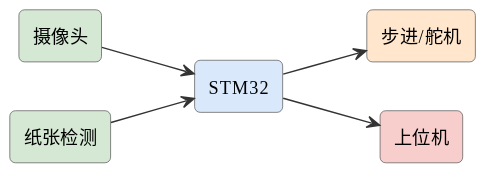
This is assets/diagrams/ideas-fig112.svg from mingyi0818/IntelligentMcuCourse, a PlantUML export, as it was before one commit.
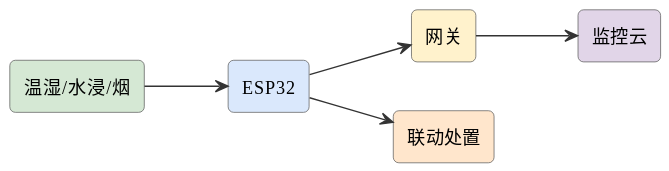
The same diagram one commit later.

Diff of the diagram source:
```diff
@@ -6,13 +6,13 @@
 skinparam arrowFontSize 11
 skinparam arrowColor #333
 left to right direction
-rectangle "STM32" as stm #dae8fc
-rectangle "步进/舵机" as step #ffe6cc
-rectangle "摄像头" as cam #d5e8d4
-rectangle "纸张检测" as det #d5e8d4
-rectangle "上位机" as pc #f8cecc
-stm --> step
-cam --> stm
-det --> stm
-stm --> pc
+rectangle "温湿/水浸/烟" as s #d5e8d4
+rectangle "ESP32" as esp #dae8fc
+rectangle "网关" as gw #fff2cc
+rectangle "联动处置" as act #ffe6cc
+rectangle "监控云" as cloud #e1d5e8
+s --> esp
+esp --> gw
+esp --> act
+gw --> cloud
 @enduml
```
